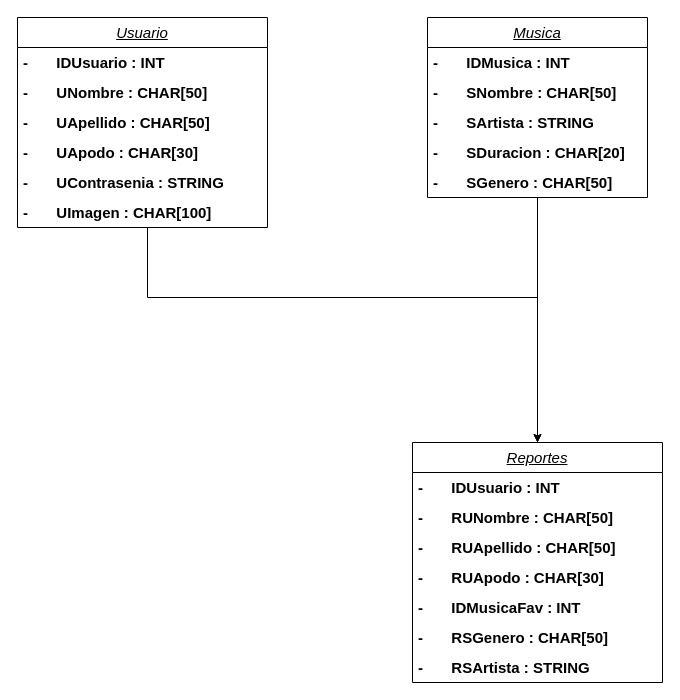
Before: Diagrama/UML_Reproductor.drawio in Deathmajorasmask/MinimalMediaPlayerWPF, a draw.io diagram. Source tidied: cells renumbered, new cells numbered last; positions are measured from the earlier drawing's top-left corner, leaving out a move shared by most shapes. Both pictures are drawn from the tidied source at 100%, with x=0, y=0 at pixel (17, 17).
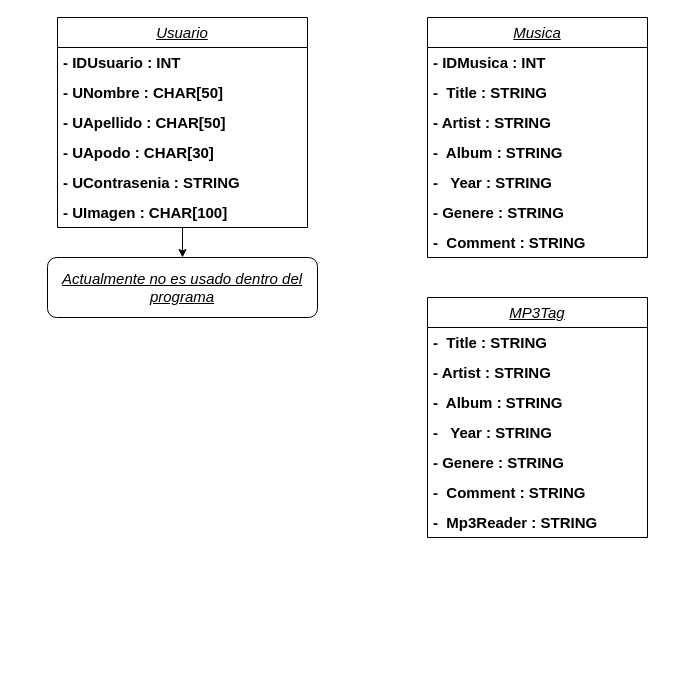
The same page after the edit.

The edit, as a diff of the source:
```diff
@@
-    <mxCell id="2" style="edgeStyle=orthogonalEdgeStyle;rounded=0;jettySize=auto;html=1;entryX=0.5;entryY=0;entryDx=0;entryDy=0;" parent="1" edge="1" source="3" target="17">
-      <mxGeometry relative="1" as="geometry" />
-    </mxCell>
     <mxCell id="3" value="Musica" style="swimlane;fontStyle=6;horizontal=1;startSize=30;whiteSpace=wrap;html=1;enumerate=0;fontSize=15;" parent="1" vertex="1">
-      <mxGeometry x="410" width="220" height="180" as="geometry" />
+      <mxGeometry x="410" width="220" height="240" as="geometry" />
     </mxCell>
-    <mxCell id="4" value="-&lt;span style=&quot;white-space: pre; font-size: 15px;&quot;&gt;&#9;&lt;/span&gt;IDMusica : INT" style="text;strokeColor=none;fillColor=none;align=left;verticalAlign=middle;spacingLeft=4;spacingRight=4;overflow=hidden;whiteSpace=wrap;html=1;fontSize=15;fontStyle=1;" parent="3" vertex="1">
+    <mxCell id="4" value="-&lt;span style=&quot;white-space: pre; font-size: 15px;&quot;&gt; &lt;/span&gt;IDMusica : INT" style="text;strokeColor=none;fillColor=none;align=left;verticalAlign=middle;spacingLeft=4;spacingRight=4;overflow=hidden;whiteSpace=wrap;html=1;fontSize=15;fontStyle=1;" parent="3" vertex="1">
       <mxGeometry y="30" width="220" height="30" as="geometry" />
     </mxCell>
-    <mxCell id="5" value="-&lt;span style=&quot;white-space: pre; font-size: 15px;&quot;&gt;&#9;&lt;/span&gt;SNombre : CHAR[50]" style="text;strokeColor=none;fillColor=none;align=left;verticalAlign=middle;spacingLeft=4;spacingRight=4;overflow=hidden;whiteSpace=wrap;html=1;fontSize=15;fontStyle=1;" parent="3" vertex="1">
+    <mxCell id="5" value="-&lt;span style=&quot;&quot;&gt; &lt;span style=&quot;white-space: pre;&quot;&gt; &lt;/span&gt;&lt;/span&gt;Title : STRING" style="text;strokeColor=none;fillColor=none;align=left;verticalAlign=middle;spacingLeft=4;spacingRight=4;overflow=hidden;whiteSpace=wrap;html=1;fontSize=15;fontStyle=1;" parent="3" vertex="1">
       <mxGeometry y="60" width="220" height="30" as="geometry" />
     </mxCell>
-    <mxCell id="6" value="-&lt;span style=&quot;white-space: pre; font-size: 15px;&quot;&gt;&#9;&lt;/span&gt;SArtista : STRING" style="text;strokeColor=none;fillColor=none;align=left;verticalAlign=middle;spacingLeft=4;spacingRight=4;overflow=hidden;whiteSpace=wrap;html=1;fontSize=15;fontStyle=1;" parent="3" vertex="1">
+    <mxCell id="6" value="-&lt;span style=&quot;white-space: pre;&quot;&gt; &lt;/span&gt;Artist : STRING" style="text;strokeColor=none;fillColor=none;align=left;verticalAlign=middle;spacingLeft=4;spacingRight=4;overflow=hidden;whiteSpace=wrap;html=1;fontSize=15;fontStyle=1;" parent="3" vertex="1">
       <mxGeometry y="90" width="220" height="30" as="geometry" />
     </mxCell>
-    <mxCell id="7" value="-&lt;span style=&quot;white-space: pre; font-size: 15px;&quot;&gt;&#9;&lt;/span&gt;SDuracion : CHAR[20]" style="text;strokeColor=none;fillColor=none;align=left;verticalAlign=middle;spacingLeft=4;spacingRight=4;overflow=hidden;whiteSpace=wrap;html=1;fontSize=15;fontStyle=1;" parent="3" vertex="1">
+    <mxCell id="7" value="-&amp;nbsp;&lt;span style=&quot;white-space: pre;&quot;&gt; &lt;/span&gt;Album : STRING" style="text;strokeColor=none;fillColor=none;align=left;verticalAlign=middle;spacingLeft=4;spacingRight=4;overflow=hidden;whiteSpace=wrap;html=1;fontSize=15;fontStyle=1;" parent="3" vertex="1">
       <mxGeometry y="120" width="220" height="30" as="geometry" />
     </mxCell>
-    <mxCell id="8" value="-&lt;span style=&quot;white-space: pre; font-size: 15px;&quot;&gt;&#9;&lt;/span&gt;SGenero : CHAR[50]" style="text;strokeColor=none;fillColor=none;align=left;verticalAlign=middle;spacingLeft=4;spacingRight=4;overflow=hidden;whiteSpace=wrap;html=1;fontSize=15;fontStyle=1;" parent="3" vertex="1">
+    <mxCell id="8" value="-&amp;nbsp;&lt;span style=&quot;&quot;&gt; &lt;span style=&quot;white-space: pre;&quot;&gt; &lt;/span&gt;&lt;/span&gt;Year : STRING&lt;br&gt;" style="text;strokeColor=none;fillColor=none;align=left;verticalAlign=middle;spacingLeft=4;spacingRight=4;overflow=hidden;whiteSpace=wrap;html=1;fontSize=15;fontStyle=1;" parent="3" vertex="1">
       <mxGeometry y="150" width="220" height="30" as="geometry" />
     </mxCell>
-    <mxCell id="9" style="edgeStyle=orthogonalEdgeStyle;rounded=0;jettySize=auto;html=1;" parent="1" edge="1" source="10" target="17">
-      <mxGeometry relative="1" as="geometry">
-        <Array as="points">
-          <mxPoint x="130" y="280" />
-          <mxPoint x="520" y="280" />
-        </Array>
-      </mxGeometry>
-    </mxCell>
+    <mxCell id="25" value="-&lt;span style=&quot;white-space: pre;&quot;&gt; &lt;/span&gt;Genere : STRING" style="text;strokeColor=none;fillColor=none;align=left;verticalAlign=middle;spacingLeft=4;spacingRight=4;overflow=hidden;whiteSpace=wrap;html=1;fontSize=15;fontStyle=1;" parent="3" vertex="1">
+      <mxGeometry y="180" width="220" height="30" as="geometry" />
+    </mxCell>
+    <mxCell id="26" value="-&lt;span style=&quot;font-size: 15px;&quot;&gt; &lt;span style=&quot;white-space: pre;&quot;&gt; &lt;/span&gt;&lt;/span&gt;Comment : STRING" style="text;strokeColor=none;fillColor=none;align=left;verticalAlign=middle;spacingLeft=4;spacingRight=4;overflow=hidden;whiteSpace=wrap;html=1;fontSize=15;fontStyle=1;" parent="3" vertex="1">
+      <mxGeometry y="210" width="220" height="30" as="geometry" />
+    </mxCell>
+    <mxCell id="27" style="edgeStyle=orthogonalEdgeStyle;rounded=0;jettySize=auto;html=1;" parent="1" edge="1" source="10" target="28">
+      <mxGeometry relative="1" as="geometry" />
+    </mxCell>
     <mxCell id="10" value="Usuario" style="swimlane;fontStyle=6;horizontal=1;startSize=30;whiteSpace=wrap;html=1;enumerate=0;fontSize=15;" parent="1" vertex="1">
-      <mxGeometry width="250" height="210" as="geometry" />
+      <mxGeometry x="40" width="250" height="210" as="geometry" />
     </mxCell>
-    <mxCell id="11" value="-&lt;span style=&quot;white-space: pre;&quot;&gt;&#9;&lt;/span&gt;IDUsuario : INT" style="text;strokeColor=none;fillColor=none;align=left;verticalAlign=middle;spacingLeft=4;spacingRight=4;overflow=hidden;whiteSpace=wrap;html=1;fontStyle=1;fontSize=15;" parent="10" vertex="1">
+    <mxCell id="11" value="-&lt;span style=&quot;white-space: pre;&quot;&gt; &lt;/span&gt;IDUsuario : INT" style="text;strokeColor=none;fillColor=none;align=left;verticalAlign=middle;spacingLeft=4;spacingRight=4;overflow=hidden;whiteSpace=wrap;html=1;fontStyle=1;fontSize=15;" parent="10" vertex="1">
       <mxGeometry y="30" width="250" height="30" as="geometry" />
     </mxCell>
-    <mxCell id="12" value="-&lt;span style=&quot;white-space: pre; font-size: 15px;&quot;&gt;&#9;&lt;/span&gt;UNombre : CHAR[50]" style="text;strokeColor=none;fillColor=none;align=left;verticalAlign=middle;spacingLeft=4;spacingRight=4;overflow=hidden;whiteSpace=wrap;html=1;fontStyle=1;fontSize=15;" parent="10" vertex="1">
+    <mxCell id="12" value="-&lt;span style=&quot;white-space: pre; font-size: 15px;&quot;&gt; &lt;/span&gt;UNombre : CHAR[50]" style="text;strokeColor=none;fillColor=none;align=left;verticalAlign=middle;spacingLeft=4;spacingRight=4;overflow=hidden;whiteSpace=wrap;html=1;fontStyle=1;fontSize=15;" parent="10" vertex="1">
       <mxGeometry y="60" width="250" height="30" as="geometry" />
     </mxCell>
-    <mxCell id="13" value="-&lt;span style=&quot;white-space: pre; font-size: 15px;&quot;&gt;&#9;&lt;/span&gt;UApellido : CHAR[50]" style="text;strokeColor=none;fillColor=none;align=left;verticalAlign=middle;spacingLeft=4;spacingRight=4;overflow=hidden;whiteSpace=wrap;html=1;fontStyle=1;fontSize=15;" parent="10" vertex="1">
+    <mxCell id="13" value="-&lt;span style=&quot;white-space: pre; font-size: 15px;&quot;&gt; &lt;/span&gt;UApellido : CHAR[50]" style="text;strokeColor=none;fillColor=none;align=left;verticalAlign=middle;spacingLeft=4;spacingRight=4;overflow=hidden;whiteSpace=wrap;html=1;fontStyle=1;fontSize=15;" parent="10" vertex="1">
       <mxGeometry y="90" width="250" height="30" as="geometry" />
     </mxCell>
-    <mxCell id="14" value="-&lt;span style=&quot;white-space: pre; font-size: 15px;&quot;&gt;&#9;&lt;/span&gt;UApodo : CHAR[30]" style="text;strokeColor=none;fillColor=none;align=left;verticalAlign=middle;spacingLeft=4;spacingRight=4;overflow=hidden;whiteSpace=wrap;html=1;fontSize=15;fontStyle=1;" parent="10" vertex="1">
+    <mxCell id="14" value="-&lt;span style=&quot;white-space: pre; font-size: 15px;&quot;&gt; &lt;/span&gt;UApodo : CHAR[30]" style="text;strokeColor=none;fillColor=none;align=left;verticalAlign=middle;spacingLeft=4;spacingRight=4;overflow=hidden;whiteSpace=wrap;html=1;fontSize=15;fontStyle=1;" parent="10" vertex="1">
       <mxGeometry y="120" width="250" height="30" as="geometry" />
     </mxCell>
-    <mxCell id="15" value="-&lt;span style=&quot;white-space: pre; font-size: 15px;&quot;&gt;&#9;&lt;/span&gt;UContrasenia : STRING" style="text;strokeColor=none;fillColor=none;align=left;verticalAlign=middle;spacingLeft=4;spacingRight=4;overflow=hidden;whiteSpace=wrap;html=1;fontSize=15;fontStyle=1;" parent="10" vertex="1">
+    <mxCell id="15" value="-&lt;span style=&quot;white-space: pre; font-size: 15px;&quot;&gt; &lt;/span&gt;UContrasenia : STRING" style="text;strokeColor=none;fillColor=none;align=left;verticalAlign=middle;spacingLeft=4;spacingRight=4;overflow=hidden;whiteSpace=wrap;html=1;fontSize=15;fontStyle=1;" parent="10" vertex="1">
       <mxGeometry y="150" width="250" height="30" as="geometry" />
     </mxCell>
-    <mxCell id="16" value="-&lt;span style=&quot;white-space: pre; font-size: 15px;&quot;&gt;&#9;&lt;/span&gt;UImagen : CHAR[100]" style="text;strokeColor=none;fillColor=none;align=left;verticalAlign=middle;spacingLeft=4;spacingRight=4;overflow=hidden;whiteSpace=wrap;html=1;fontSize=15;fontStyle=1;" parent="10" vertex="1">
+    <mxCell id="16" value="-&lt;span style=&quot;white-space: pre; font-size: 15px;&quot;&gt; &lt;/span&gt;UImagen : CHAR[100]" style="text;strokeColor=none;fillColor=none;align=left;verticalAlign=middle;spacingLeft=4;spacingRight=4;overflow=hidden;whiteSpace=wrap;html=1;fontSize=15;fontStyle=1;" parent="10" vertex="1">
       <mxGeometry y="180" width="250" height="30" as="geometry" />
     </mxCell>
-    <mxCell id="17" value="Reportes" style="swimlane;fontStyle=6;horizontal=1;startSize=30;whiteSpace=wrap;html=1;enumerate=0;fontSize=15;" parent="1" vertex="1">
-      <mxGeometry x="395" y="425" width="250" height="240" as="geometry" />
-    </mxCell>
-    <mxCell id="18" value="-&lt;span style=&quot;white-space: pre;&quot;&gt;&#9;&lt;/span&gt;IDUsuario : INT" style="text;strokeColor=none;fillColor=none;align=left;verticalAlign=middle;spacingLeft=4;spacingRight=4;overflow=hidden;whiteSpace=wrap;html=1;fontStyle=1;fontSize=15;" parent="17" vertex="1">
-      <mxGeometry y="30" width="250" height="30" as="geometry" />
-    </mxCell>
-    <mxCell id="19" value="-&lt;span style=&quot;white-space: pre; font-size: 15px;&quot;&gt;&#9;&lt;/span&gt;RUNombre : CHAR[50]" style="text;strokeColor=none;fillColor=none;align=left;verticalAlign=middle;spacingLeft=4;spacingRight=4;overflow=hidden;whiteSpace=wrap;html=1;fontStyle=1;fontSize=15;" parent="17" vertex="1">
-      <mxGeometry y="60" width="250" height="30" as="geometry" />
-    </mxCell>
-    <mxCell id="20" value="-&lt;span style=&quot;white-space: pre; font-size: 15px;&quot;&gt;&#9;&lt;/span&gt;RUApellido : CHAR[50]" style="text;strokeColor=none;fillColor=none;align=left;verticalAlign=middle;spacingLeft=4;spacingRight=4;overflow=hidden;whiteSpace=wrap;html=1;fontStyle=1;fontSize=15;" parent="17" vertex="1">
-      <mxGeometry y="90" width="250" height="30" as="geometry" />
-    </mxCell>
-    <mxCell id="21" value="-&lt;span style=&quot;white-space: pre; font-size: 15px;&quot;&gt;&#9;&lt;/span&gt;RUApodo : CHAR[30]" style="text;strokeColor=none;fillColor=none;align=left;verticalAlign=middle;spacingLeft=4;spacingRight=4;overflow=hidden;whiteSpace=wrap;html=1;fontSize=15;fontStyle=1;" parent="17" vertex="1">
-      <mxGeometry y="120" width="250" height="30" as="geometry" />
-    </mxCell>
-    <mxCell id="22" value="-&lt;span style=&quot;white-space: pre; font-size: 15px;&quot;&gt;&#9;&lt;/span&gt;IDMusicaFav&amp;nbsp;: INT" style="text;strokeColor=none;fillColor=none;align=left;verticalAlign=middle;spacingLeft=4;spacingRight=4;overflow=hidden;whiteSpace=wrap;html=1;fontSize=15;fontStyle=1;" parent="17" vertex="1">
-      <mxGeometry y="150" width="250" height="30" as="geometry" />
-    </mxCell>
-    <mxCell id="23" value="-&lt;span style=&quot;white-space: pre; font-size: 15px;&quot;&gt;&#9;&lt;/span&gt;RSGenero&amp;nbsp;: CHAR[50]" style="text;strokeColor=none;fillColor=none;align=left;verticalAlign=middle;spacingLeft=4;spacingRight=4;overflow=hidden;whiteSpace=wrap;html=1;fontSize=15;fontStyle=1;" parent="17" vertex="1">
-      <mxGeometry y="180" width="250" height="30" as="geometry" />
-    </mxCell>
-    <mxCell id="24" value="-&lt;span style=&quot;white-space: pre; font-size: 15px;&quot;&gt;&#9;&lt;/span&gt;RSArtista : STRING" style="text;strokeColor=none;fillColor=none;align=left;verticalAlign=middle;spacingLeft=4;spacingRight=4;overflow=hidden;whiteSpace=wrap;html=1;fontSize=15;fontStyle=1;" parent="17" vertex="1">
-      <mxGeometry y="210" width="250" height="30" as="geometry" />
-    </mxCell>
+    <mxCell id="28" value="Actualmente no es usado dentro del programa" style="rounded=1;whiteSpace=wrap;html=1;fontSize=15;fontStyle=6;startSize=30;" parent="1" vertex="1">
+      <mxGeometry x="30" y="240" width="270" height="60" as="geometry" />
+    </mxCell>
+    <mxCell id="29" value="MP3Tag" style="swimlane;fontStyle=6;horizontal=1;startSize=30;whiteSpace=wrap;html=1;enumerate=0;fontSize=15;" parent="1" vertex="1">
+      <mxGeometry x="410" y="280" width="220" height="240" as="geometry" />
+    </mxCell>
+    <mxCell id="30" value="-&lt;span style=&quot;&quot;&gt; &lt;span style=&quot;white-space: pre;&quot;&gt; &lt;/span&gt;&lt;/span&gt;Title : STRING" style="text;strokeColor=none;fillColor=none;align=left;verticalAlign=middle;spacingLeft=4;spacingRight=4;overflow=hidden;whiteSpace=wrap;html=1;fontSize=15;fontStyle=1;" parent="29" vertex="1">
+      <mxGeometry y="30" width="220" height="30" as="geometry" />
+    </mxCell>
+    <mxCell id="31" value="-&lt;span style=&quot;white-space: pre;&quot;&gt; &lt;/span&gt;Artist : STRING" style="text;strokeColor=none;fillColor=none;align=left;verticalAlign=middle;spacingLeft=4;spacingRight=4;overflow=hidden;whiteSpace=wrap;html=1;fontSize=15;fontStyle=1;" parent="29" vertex="1">
+      <mxGeometry y="60" width="220" height="30" as="geometry" />
+    </mxCell>
+    <mxCell id="32" value="-&amp;nbsp;&lt;span style=&quot;white-space: pre;&quot;&gt; &lt;/span&gt;Album : STRING" style="text;strokeColor=none;fillColor=none;align=left;verticalAlign=middle;spacingLeft=4;spacingRight=4;overflow=hidden;whiteSpace=wrap;html=1;fontSize=15;fontStyle=1;" parent="29" vertex="1">
+      <mxGeometry y="90" width="220" height="30" as="geometry" />
+    </mxCell>
+    <mxCell id="33" value="-&amp;nbsp;&lt;span style=&quot;&quot;&gt; &lt;span style=&quot;white-space: pre;&quot;&gt; &lt;/span&gt;&lt;/span&gt;Year : STRING&lt;br&gt;" style="text;strokeColor=none;fillColor=none;align=left;verticalAlign=middle;spacingLeft=4;spacingRight=4;overflow=hidden;whiteSpace=wrap;html=1;fontSize=15;fontStyle=1;" parent="29" vertex="1">
+      <mxGeometry y="120" width="220" height="30" as="geometry" />
+    </mxCell>
+    <mxCell id="34" value="-&lt;span style=&quot;white-space: pre;&quot;&gt; &lt;/span&gt;Genere : STRING" style="text;strokeColor=none;fillColor=none;align=left;verticalAlign=middle;spacingLeft=4;spacingRight=4;overflow=hidden;whiteSpace=wrap;html=1;fontSize=15;fontStyle=1;" parent="29" vertex="1">
+      <mxGeometry y="150" width="220" height="30" as="geometry" />
+    </mxCell>
+    <mxCell id="35" value="-&lt;span style=&quot;font-size: 15px;&quot;&gt; &lt;span style=&quot;white-space: pre;&quot;&gt; &lt;/span&gt;&lt;/span&gt;Comment : STRING" style="text;strokeColor=none;fillColor=none;align=left;verticalAlign=middle;spacingLeft=4;spacingRight=4;overflow=hidden;whiteSpace=wrap;html=1;fontSize=15;fontStyle=1;" parent="29" vertex="1">
+      <mxGeometry y="180" width="220" height="30" as="geometry" />
+    </mxCell>
+    <mxCell id="36" value="-&lt;span style=&quot;font-size: 15px;&quot;&gt; &lt;span style=&quot;white-space: pre;&quot;&gt; &lt;/span&gt;&lt;/span&gt;Mp3Reader : STRING" style="text;strokeColor=none;fillColor=none;align=left;verticalAlign=middle;spacingLeft=4;spacingRight=4;overflow=hidden;whiteSpace=wrap;html=1;fontSize=15;fontStyle=1;" parent="29" vertex="1">
+      <mxGeometry y="210" width="220" height="30" as="geometry" />
+    </mxCell>
```
